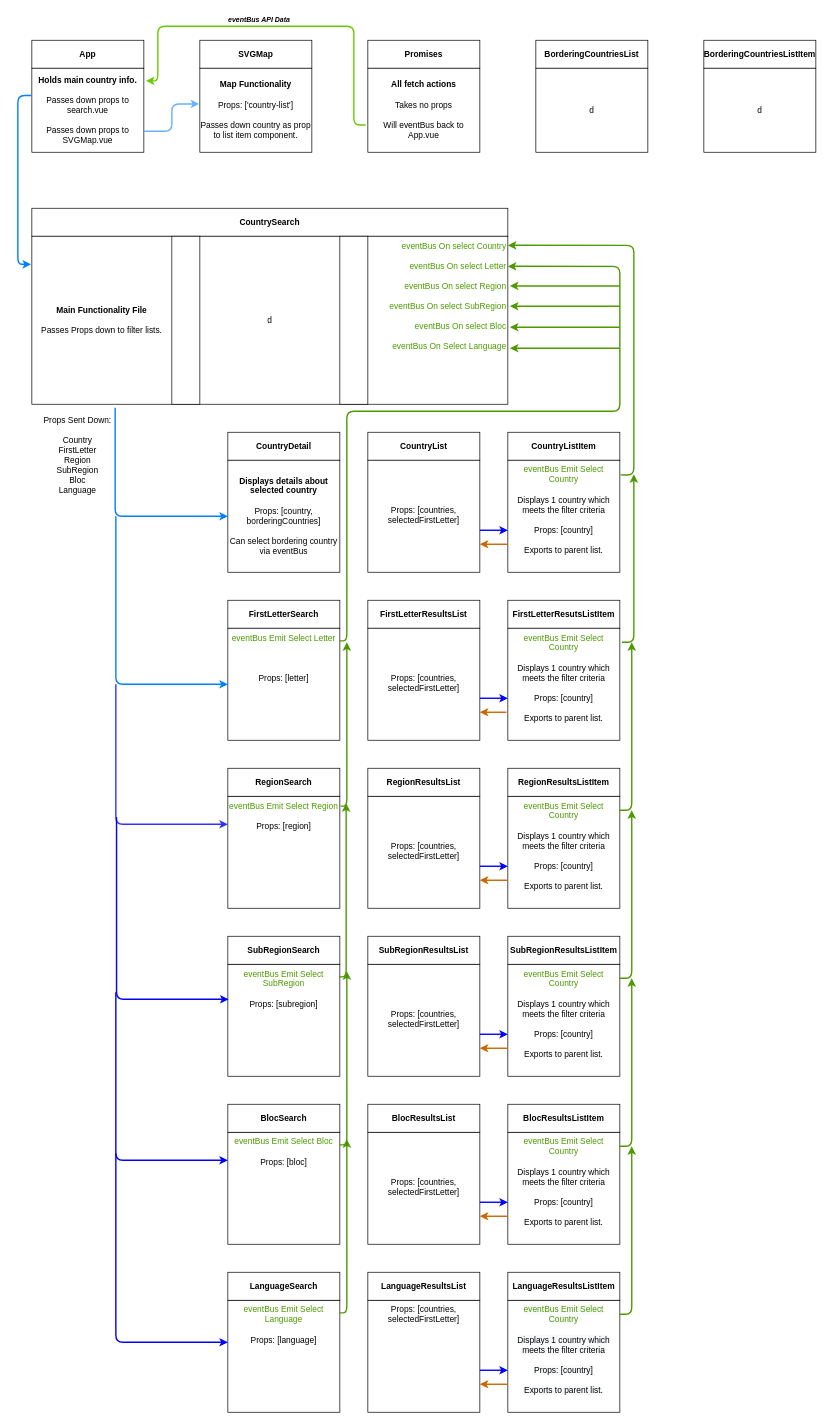
mjmccoach/geoexplorers keeps this draw.io diagram as Untitled Diagram.drawio. Above is the earlier version. Source tidied: cells renumbered, new cells numbered last; positions are measured from the earlier drawing's top-left corner, leaving out a move shared by most shapes. Both pictures are drawn from the tidied source at 70%, with x=0, y=0 at pixel (18, 12).
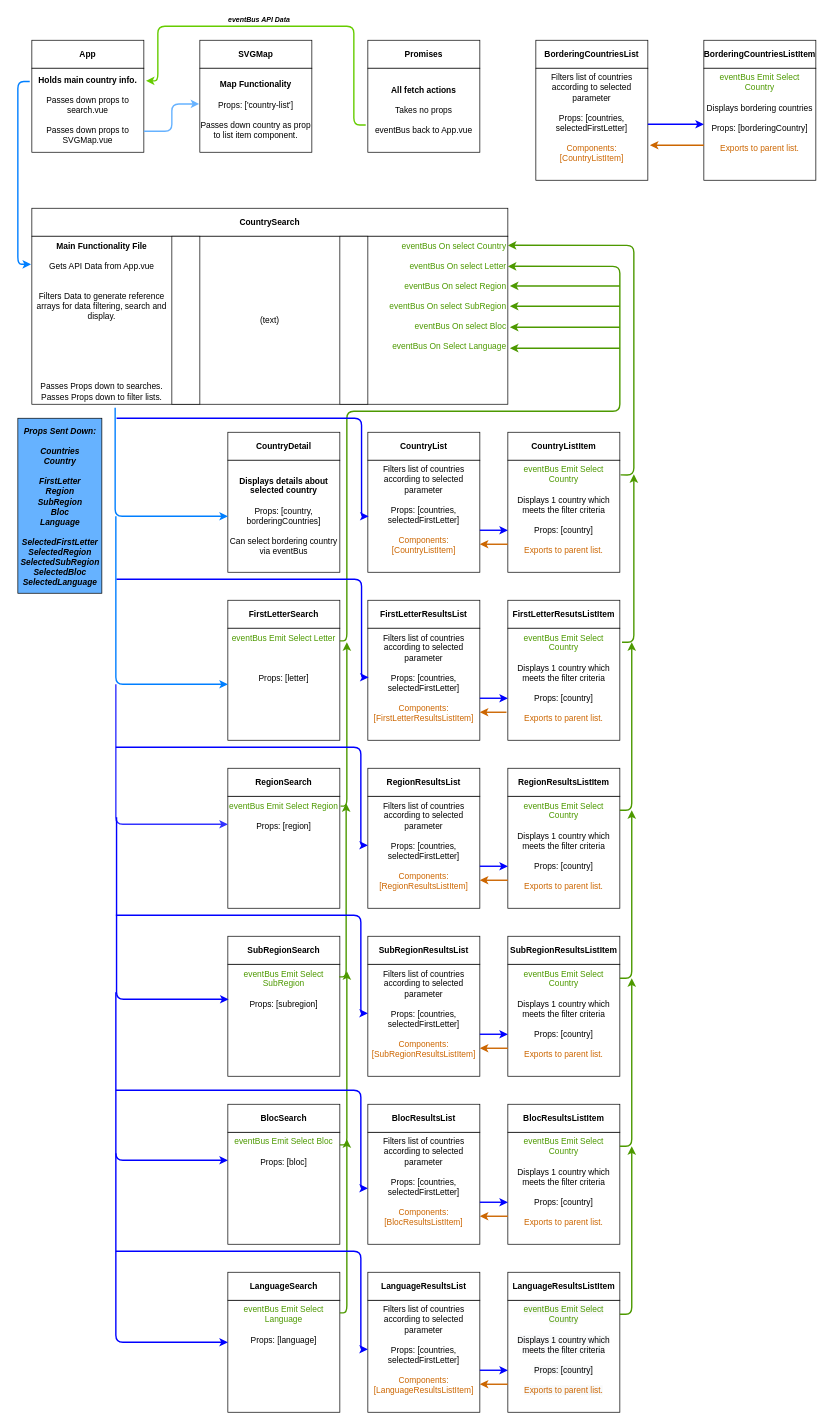
The same diagram, later.

Unchanged cells that the change refers to:
```xml
<mxCell id="15" value="&lt;b&gt;Holds main country info.&lt;br&gt;&lt;/b&gt;&lt;br&gt;Passes down props to search.vue&lt;br&gt;&lt;br&gt;Passes down props to SVGMap.vue" style="text;html=1;strokeColor=none;fillColor=none;align=center;verticalAlign=middle;whiteSpace=wrap;rounded=0;" parent="1" vertex="1">
  <mxGeometry x="20" y="80" width="160" height="120" as="geometry" />
</mxCell>
```

Diff of the diagram source:
```diff
@@
-    <mxCell id="5" value="d" style="rounded=0;whiteSpace=wrap;html=1;" parent="1" vertex="1">
+    <mxCell id="5" value="(text)" style="rounded=0;whiteSpace=wrap;html=1;" parent="1" vertex="1">
       <mxGeometry x="20" y="320" width="680" height="240" as="geometry" />
     </mxCell>
@@
-    <mxCell id="11" value="&lt;b&gt;All fetch actions&lt;br&gt;&lt;/b&gt;&lt;br&gt;Takes no props&lt;br&gt;&lt;br&gt;Will eventBus back to App.vue" style="text;html=1;strokeColor=none;fillColor=none;align=center;verticalAlign=middle;whiteSpace=wrap;rounded=0;" parent="1" vertex="1">
+    <mxCell id="11" value="&lt;b&gt;All fetch actions&lt;br&gt;&lt;/b&gt;&lt;br&gt;Takes no props&lt;br&gt;&lt;br&gt;eventBus back to App.vue" style="text;html=1;strokeColor=none;fillColor=none;align=center;verticalAlign=middle;whiteSpace=wrap;rounded=0;" parent="1" vertex="1">
       <mxGeometry x="500" y="80" width="160" height="120" as="geometry" />
     </mxCell>
@@
-    <mxCell id="20" value="&lt;b&gt;Main Functionality File&lt;/b&gt;&lt;br&gt;&lt;br&gt;Passes Props down to filter lists." style="text;html=1;strokeColor=none;fillColor=none;align=center;verticalAlign=middle;whiteSpace=wrap;rounded=0;" parent="1" vertex="1">
+    <mxCell id="20" value="&lt;b&gt;Main Functionality File&lt;/b&gt;&lt;br&gt;&lt;br&gt;Gets API Data from App.vue&lt;br&gt;&lt;br&gt;&lt;br&gt;Filters Data to generate reference arrays for data filtering, search and display.&lt;br&gt;&lt;br&gt;&lt;br&gt;&lt;br&gt;&lt;br&gt;&lt;br&gt;&lt;br&gt;Passes Props down to searches.&lt;br&gt;Passes Props down to filter lists." style="text;html=1;strokeColor=none;fillColor=none;align=center;verticalAlign=top;whiteSpace=wrap;rounded=0;" parent="1" vertex="1">
       <mxGeometry x="20" y="320" width="200" height="240" as="geometry" />
     </mxCell>
@@
-    <mxCell id="22" style="endArrow=none;html=1;entryX=-0.006;entryY=0.325;entryDx=0;entryDy=0;entryPerimeter=0;exitX=-0.006;exitY=0.167;exitDx=0;exitDy=0;exitPerimeter=0;endFill=0;startArrow=classic;startFill=1;strokeWidth=2;strokeColor=#007FFF;" parent="1" edge="1" source="20" target="15">
+    <mxCell id="22" style="endArrow=none;html=1;entryX=-0.019;entryY=0.158;entryDx=0;entryDy=0;entryPerimeter=0;exitX=-0.006;exitY=0.167;exitDx=0;exitDy=0;exitPerimeter=0;endFill=0;startArrow=classic;startFill=1;strokeWidth=2;strokeColor=#007FFF;" parent="1" edge="1" source="20" target="15">
       <mxGeometry relative="1" as="geometry">
         <Array as="points">
           <mxPoint y="360" />
-          <mxPoint y="119" />
+          <mxPoint y="99" />
         </Array>
       </mxGeometry>
     </mxCell>
@@
-    <mxCell id="27" value="&lt;br&gt;&lt;br&gt;&lt;br&gt;&lt;br&gt;&lt;span&gt;Props: [countries, selectedFirstLetter]&lt;/span&gt;" style="rounded=0;whiteSpace=wrap;html=1;verticalAlign=top;" parent="1" vertex="1">
+    <mxCell id="27" value="Filters list of countries according to selected parameter&lt;br&gt;&lt;br&gt;Props: [countries, selectedFirstLetter]&lt;br&gt;&lt;br&gt;&lt;font color=&quot;#cc6600&quot;&gt;Components: [FirstLetterResultsListItem]&lt;/font&gt;" style="rounded=0;whiteSpace=wrap;html=1;verticalAlign=top;" parent="1" vertex="1">
       <mxGeometry x="500" y="880" width="160" height="160" as="geometry" />
     </mxCell>
-    <mxCell id="28" value="&lt;span style=&quot;font-family: &amp;#34;helvetica&amp;#34; ; color: rgb(77 , 153 , 0)&quot;&gt;eventBus Emit Select Country&lt;br&gt;&lt;/span&gt;&lt;span style=&quot;font-family: &amp;#34;helvetica&amp;#34;&quot;&gt;&lt;br&gt;Displays 1 country which meets the filter criteria&lt;br&gt;&lt;br&gt;Props: [country]&lt;br&gt;&lt;br&gt;Exports to parent list.&lt;/span&gt;" style="rounded=0;whiteSpace=wrap;html=1;verticalAlign=top;align=center;" parent="1" vertex="1">
+    <mxCell id="28" value="&lt;span style=&quot;font-family: &amp;#34;helvetica&amp;#34; ; color: rgb(77 , 153 , 0)&quot;&gt;eventBus Emit Select Country&lt;br&gt;&lt;/span&gt;&lt;span style=&quot;font-family: &amp;#34;helvetica&amp;#34;&quot;&gt;&lt;br&gt;Displays 1 country which meets the filter criteria&lt;br&gt;&lt;br&gt;Props: [country]&lt;br&gt;&lt;br&gt;&lt;font color=&quot;#cc6600&quot;&gt;Exports to parent list.&lt;/font&gt;&lt;/span&gt;" style="rounded=0;whiteSpace=wrap;html=1;verticalAlign=top;align=center;" parent="1" vertex="1">
       <mxGeometry x="700" y="880" width="160" height="160" as="geometry" />
     </mxCell>
@@
-    <mxCell id="33" value="&lt;br&gt;&lt;br&gt;&lt;br&gt;&lt;br&gt;&lt;span&gt;Props: [countries, selectedFirstLetter]&lt;/span&gt;" style="rounded=0;whiteSpace=wrap;html=1;verticalAlign=top;" parent="1" vertex="1">
+    <mxCell id="33" value="Filters list of countries according to selected parameter&lt;br&gt;&lt;br&gt;&lt;span&gt;Props: [countries, selectedFirstLetter]&lt;br&gt;&lt;br&gt;&lt;/span&gt;&lt;font color=&quot;#cc6600&quot;&gt;Components: [RegionResultsListItem]&lt;/font&gt;&lt;span&gt;&lt;br&gt;&lt;/span&gt;" style="rounded=0;whiteSpace=wrap;html=1;verticalAlign=top;" parent="1" vertex="1">
       <mxGeometry x="500" y="1120" width="160" height="160" as="geometry" />
     </mxCell>
-    <mxCell id="34" value="&lt;span style=&quot;font-family: &amp;#34;helvetica&amp;#34; ; color: rgb(77 , 153 , 0)&quot;&gt;eventBus Emit Select Country&lt;br&gt;&lt;/span&gt;&lt;span style=&quot;font-family: &amp;#34;helvetica&amp;#34;&quot;&gt;&lt;br&gt;Displays 1 country which meets the filter criteria&lt;br&gt;&lt;br&gt;Props: [country]&lt;br&gt;&lt;br&gt;Exports to parent list.&lt;/span&gt;" style="rounded=0;whiteSpace=wrap;html=1;verticalAlign=top;align=center;" parent="1" vertex="1">
+    <mxCell id="34" value="&lt;span style=&quot;font-family: &amp;#34;helvetica&amp;#34; ; color: rgb(77 , 153 , 0)&quot;&gt;eventBus Emit Select Country&lt;br&gt;&lt;/span&gt;&lt;span style=&quot;font-family: &amp;#34;helvetica&amp;#34;&quot;&gt;&lt;br&gt;Displays 1 country which meets the filter criteria&lt;br&gt;&lt;br&gt;Props: [country]&lt;br&gt;&lt;br&gt;&lt;font color=&quot;#cc6600&quot;&gt;Exports to parent list.&lt;/font&gt;&lt;/span&gt;" style="rounded=0;whiteSpace=wrap;html=1;verticalAlign=top;align=center;" parent="1" vertex="1">
       <mxGeometry x="700" y="1120" width="160" height="160" as="geometry" />
     </mxCell>
@@
-    <mxCell id="42" value="&lt;br&gt;&lt;br&gt;&lt;br&gt;&lt;br&gt;&lt;span&gt;Props: [countries, selectedFirstLetter]&lt;/span&gt;" style="rounded=0;whiteSpace=wrap;html=1;verticalAlign=top;" parent="1" vertex="1">
+    <mxCell id="42" value="Filters list of countries according to selected parameter&lt;br&gt;&lt;br&gt;&lt;span&gt;Props: [countries, selectedFirstLetter]&lt;br&gt;&lt;br&gt;&lt;/span&gt;&lt;font color=&quot;#cc6600&quot;&gt;Components: [SubRegionResultsListItem]&lt;/font&gt;&lt;span&gt;&lt;br&gt;&lt;/span&gt;" style="rounded=0;whiteSpace=wrap;html=1;verticalAlign=top;" parent="1" vertex="1">
       <mxGeometry x="500" y="1360" width="160" height="160" as="geometry" />
     </mxCell>
@@
-    <mxCell id="44" value="&lt;span style=&quot;font-family: &amp;#34;helvetica&amp;#34; ; color: rgb(77 , 153 , 0)&quot;&gt;eventBus Emit Select Country&lt;br&gt;&lt;/span&gt;&lt;span style=&quot;font-family: &amp;#34;helvetica&amp;#34;&quot;&gt;&lt;br&gt;Displays 1 country which meets the filter criteria&lt;br&gt;&lt;br&gt;Props: [country]&lt;br&gt;&lt;br&gt;Exports to parent list.&lt;/span&gt;" style="rounded=0;whiteSpace=wrap;html=1;verticalAlign=top;align=center;" parent="1" vertex="1">
+    <mxCell id="44" value="&lt;span style=&quot;font-family: &amp;#34;helvetica&amp;#34; ; color: rgb(77 , 153 , 0)&quot;&gt;eventBus Emit Select Country&lt;br&gt;&lt;/span&gt;&lt;span style=&quot;font-family: &amp;#34;helvetica&amp;#34;&quot;&gt;&lt;br&gt;Displays 1 country which meets the filter criteria&lt;br&gt;&lt;br&gt;Props: [country]&lt;br&gt;&lt;br&gt;&lt;font color=&quot;#cc6600&quot;&gt;Exports to parent list.&lt;/font&gt;&lt;/span&gt;" style="rounded=0;whiteSpace=wrap;html=1;verticalAlign=top;align=center;" parent="1" vertex="1">
       <mxGeometry x="700" y="1360" width="160" height="160" as="geometry" />
     </mxCell>
@@
-    <mxCell id="46" value="&lt;br&gt;&lt;br&gt;&lt;br&gt;&lt;br&gt;&lt;span&gt;Props: [countries, selectedFirstLetter]&lt;/span&gt;" style="rounded=0;whiteSpace=wrap;html=1;verticalAlign=top;" parent="1" vertex="1">
+    <mxCell id="46" value="Filters list of countries according to selected parameter&lt;br&gt;&lt;br&gt;&lt;span&gt;Props: [countries, selectedFirstLetter]&lt;br&gt;&lt;br&gt;&lt;/span&gt;&lt;font color=&quot;#cc6600&quot;&gt;Components: [BlocResultsListItem]&lt;/font&gt;&lt;span&gt;&lt;br&gt;&lt;/span&gt;" style="rounded=0;whiteSpace=wrap;html=1;verticalAlign=top;" parent="1" vertex="1">
       <mxGeometry x="500" y="1600" width="160" height="160" as="geometry" />
     </mxCell>
@@
-    <mxCell id="48" value="&lt;span style=&quot;font-family: &amp;#34;helvetica&amp;#34; ; color: rgb(77 , 153 , 0)&quot;&gt;eventBus Emit Select Country&lt;br&gt;&lt;/span&gt;&lt;span style=&quot;font-family: &amp;#34;helvetica&amp;#34;&quot;&gt;&lt;br&gt;Displays 1 country which meets the filter criteria&lt;br&gt;&lt;br&gt;Props: [country]&lt;br&gt;&lt;br&gt;Exports to parent list.&lt;/span&gt;" style="rounded=0;whiteSpace=wrap;html=1;verticalAlign=top;align=center;" parent="1" vertex="1">
+    <mxCell id="48" value="&lt;span style=&quot;font-family: &amp;#34;helvetica&amp;#34; ; color: rgb(77 , 153 , 0)&quot;&gt;eventBus Emit Select Country&lt;br&gt;&lt;/span&gt;&lt;span style=&quot;font-family: &amp;#34;helvetica&amp;#34;&quot;&gt;&lt;br&gt;Displays 1 country which meets the filter criteria&lt;br&gt;&lt;br&gt;Props: [country]&lt;br&gt;&lt;br&gt;&lt;font color=&quot;#cc6600&quot;&gt;Exports to parent list.&lt;/font&gt;&lt;/span&gt;" style="rounded=0;whiteSpace=wrap;html=1;verticalAlign=top;align=center;" parent="1" vertex="1">
       <mxGeometry x="700" y="1600" width="160" height="160" as="geometry" />
     </mxCell>
@@
-    <mxCell id="60" value="&lt;span&gt;Props: [countries, selectedFirstLetter]&lt;/span&gt;" style="rounded=0;whiteSpace=wrap;html=1;verticalAlign=top;" parent="1" vertex="1">
+    <mxCell id="60" value="Filters list of countries according to selected parameter&lt;span&gt;&lt;br&gt;&lt;br&gt;Props: [countries, selectedFirstLetter]&lt;br&gt;&lt;br&gt;&lt;/span&gt;&lt;font color=&quot;#cc6600&quot;&gt;Components: [LanguageResultsListItem]&lt;/font&gt;&lt;span&gt;&lt;br&gt;&lt;/span&gt;" style="rounded=0;whiteSpace=wrap;html=1;verticalAlign=top;" parent="1" vertex="1">
       <mxGeometry x="500" y="1840" width="160" height="160" as="geometry" />
     </mxCell>
-    <mxCell id="61" value="&lt;span style=&quot;font-family: &amp;#34;helvetica&amp;#34; ; font-size: 12px ; font-style: normal ; letter-spacing: normal ; text-indent: 0px ; text-transform: none ; word-spacing: 0px ; background-color: rgb(248 , 249 , 250) ; color: rgb(77 , 153 , 0)&quot;&gt;eventBus Emit Select Country&lt;br&gt;&lt;/span&gt;&lt;span style=&quot;font-family: &amp;#34;helvetica&amp;#34; ; font-size: 12px ; font-style: normal ; letter-spacing: normal ; text-indent: 0px ; text-transform: none ; word-spacing: 0px ; background-color: rgb(248 , 249 , 250)&quot;&gt;&lt;br&gt;Displays 1 country which meets the filter criteria&lt;br&gt;&lt;br&gt;Props: [country]&lt;br&gt;&lt;br&gt;Exports to parent list.&lt;br&gt;&lt;/span&gt;" style="rounded=0;whiteSpace=wrap;html=1;verticalAlign=top;align=center;" parent="1" vertex="1">
+    <mxCell id="61" value="&lt;span style=&quot;font-family: &amp;#34;helvetica&amp;#34; ; font-size: 12px ; font-style: normal ; letter-spacing: normal ; text-indent: 0px ; text-transform: none ; word-spacing: 0px ; background-color: rgb(248 , 249 , 250) ; color: rgb(77 , 153 , 0)&quot;&gt;eventBus Emit Select Country&lt;br&gt;&lt;/span&gt;&lt;span style=&quot;font-family: &amp;#34;helvetica&amp;#34; ; font-size: 12px ; font-style: normal ; letter-spacing: normal ; text-indent: 0px ; text-transform: none ; word-spacing: 0px ; background-color: rgb(248 , 249 , 250)&quot;&gt;&lt;br&gt;Displays 1 country which meets the filter criteria&lt;br&gt;&lt;br&gt;Props: [country]&lt;br&gt;&lt;br&gt;&lt;font color=&quot;#cc6600&quot;&gt;Exports to parent list.&lt;/font&gt;&lt;br&gt;&lt;/span&gt;" style="rounded=0;whiteSpace=wrap;html=1;verticalAlign=top;align=center;" parent="1" vertex="1">
       <mxGeometry x="700" y="1840" width="160" height="160" as="geometry" />
     </mxCell>
@@
-    <mxCell id="69" value="d" style="rounded=0;whiteSpace=wrap;html=1;" parent="1" vertex="1">
-      <mxGeometry x="740" y="80" width="160" height="120" as="geometry" />
+    <mxCell id="69" value="Filters list of countries according to selected parameter&lt;br&gt;&lt;br&gt;Props: [countries, selectedFirstLetter]&lt;br&gt;&lt;br&gt;&lt;font color=&quot;#cc6600&quot;&gt;Components: [CountryListItem]&lt;/font&gt;" style="rounded=0;whiteSpace=wrap;html=1;verticalAlign=top;" parent="1" vertex="1">
+      <mxGeometry x="740" y="80" width="160" height="160" as="geometry" />
     </mxCell>
@@
-    <mxCell id="72" value="d" style="rounded=0;whiteSpace=wrap;html=1;" parent="1" vertex="1">
-      <mxGeometry x="980" y="80" width="160" height="120" as="geometry" />
+    <mxCell id="72" value="&lt;span style=&quot;font-family: &amp;#34;helvetica&amp;#34; ; color: rgb(77 , 153 , 0)&quot;&gt;eventBus Emit Select Country&lt;br&gt;&lt;/span&gt;&lt;span style=&quot;font-family: &amp;#34;helvetica&amp;#34;&quot;&gt;&lt;br&gt;Displays bordering countries&lt;br&gt;&lt;br&gt;Props: [borderingCountry]&lt;br&gt;&lt;br&gt;&lt;font color=&quot;#cc6600&quot;&gt;Exports to parent list.&lt;/font&gt;&lt;/span&gt;" style="rounded=0;whiteSpace=wrap;html=1;verticalAlign=top;" parent="1" vertex="1">
+      <mxGeometry x="980" y="80" width="160" height="160" as="geometry" />
     </mxCell>
@@
-    <mxCell id="78" value="&lt;br&gt;&lt;br&gt;&lt;br&gt;&lt;br&gt;&lt;span&gt;Props: [countries, selectedFirstLetter]&lt;/span&gt;" style="rounded=0;whiteSpace=wrap;html=1;verticalAlign=top;" parent="1" vertex="1">
+    <mxCell id="78" value="Filters list of countries according to selected parameter&lt;br&gt;&lt;br&gt;&lt;span&gt;Props: [countries, selectedFirstLetter]&lt;br&gt;&lt;br&gt;&lt;font color=&quot;#cc6600&quot;&gt;Components: [CountryListItem]&lt;/font&gt;&lt;br&gt;&lt;/span&gt;" style="rounded=0;whiteSpace=wrap;html=1;verticalAlign=top;" parent="1" vertex="1">
       <mxGeometry x="500" y="640" width="160" height="160" as="geometry" />
     </mxCell>
-    <mxCell id="79" value="&lt;span style=&quot;font-family: &amp;#34;helvetica&amp;#34; ; color: rgb(77 , 153 , 0)&quot;&gt;eventBus Emit Select Country&lt;br&gt;&lt;/span&gt;&lt;span style=&quot;font-family: &amp;#34;helvetica&amp;#34;&quot;&gt;&lt;br&gt;Displays 1 country which meets the filter criteria&lt;br&gt;&lt;br&gt;Props: [country]&lt;br&gt;&lt;br&gt;Exports to parent list.&lt;/span&gt;" style="rounded=0;whiteSpace=wrap;html=1;verticalAlign=top;align=center;" parent="1" vertex="1">
+    <mxCell id="79" value="&lt;span style=&quot;font-family: &amp;#34;helvetica&amp;#34; ; color: rgb(77 , 153 , 0)&quot;&gt;eventBus Emit Select Country&lt;br&gt;&lt;/span&gt;&lt;span style=&quot;font-family: &amp;#34;helvetica&amp;#34;&quot;&gt;&lt;br&gt;Displays 1 country which meets the filter criteria&lt;br&gt;&lt;br&gt;Props: [country]&lt;br&gt;&lt;br&gt;&lt;font color=&quot;#cc6600&quot;&gt;Exports to parent list.&lt;/font&gt;&lt;/span&gt;" style="rounded=0;whiteSpace=wrap;html=1;verticalAlign=top;align=center;" parent="1" vertex="1">
       <mxGeometry x="700" y="640" width="160" height="160" as="geometry" />
     </mxCell>
@@
-    <mxCell id="99" value="Props Sent Down:&lt;br&gt;&lt;br&gt;Country&lt;br&gt;FirstLetter&lt;br&gt;Region&lt;br&gt;SubRegion&lt;br&gt;Bloc&lt;br&gt;Language&lt;br&gt;&lt;br&gt;" style="text;html=1;strokeColor=none;fillColor=none;align=center;verticalAlign=middle;whiteSpace=wrap;rounded=0;" parent="1" vertex="1">
-      <mxGeometry x="30" y="570" width="111" height="140" as="geometry" />
-    </mxCell>
@@
+    <mxCell id="120" style="endArrow=classic;html=1;strokeWidth=2;entryX=0;entryY=0.5;entryDx=0;entryDy=0;strokeColor=#0000FF;" parent="1" edge="1" target="46">
+      <mxGeometry relative="1" as="geometry">
+        <mxPoint x="140" y="1540" as="sourcePoint" />
+        <Array as="points">
+          <mxPoint x="490" y="1540" />
+          <mxPoint x="490" y="1680" />
+        </Array>
+      </mxGeometry>
+    </mxCell>
+    <mxCell id="121" style="endArrow=classic;html=1;strokeWidth=2;entryX=0;entryY=0.5;entryDx=0;entryDy=0;strokeColor=#0000FF;" parent="1" edge="1">
+      <mxGeometry relative="1" as="geometry">
+        <mxPoint x="140" y="1290" as="sourcePoint" />
+        <mxPoint x="500" y="1430" as="targetPoint" />
+        <Array as="points">
+          <mxPoint x="490" y="1290" />
+          <mxPoint x="490" y="1430" />
+        </Array>
+      </mxGeometry>
+    </mxCell>
+    <mxCell id="122" style="endArrow=classic;html=1;strokeWidth=2;entryX=0;entryY=0.5;entryDx=0;entryDy=0;strokeColor=#0000FF;" parent="1" edge="1">
+      <mxGeometry relative="1" as="geometry">
+        <mxPoint x="140" y="1050" as="sourcePoint" />
+        <mxPoint x="500" y="1190" as="targetPoint" />
+        <Array as="points">
+          <mxPoint x="490" y="1050" />
+          <mxPoint x="490" y="1190" />
+        </Array>
+      </mxGeometry>
+    </mxCell>
+    <mxCell id="123" style="endArrow=classic;html=1;strokeWidth=2;entryX=0;entryY=0.5;entryDx=0;entryDy=0;strokeColor=#0000FF;" parent="1" edge="1">
+      <mxGeometry relative="1" as="geometry">
+        <mxPoint x="141" y="810" as="sourcePoint" />
+        <mxPoint x="501" y="950" as="targetPoint" />
+        <Array as="points">
+          <mxPoint x="491" y="810" />
+          <mxPoint x="491" y="950" />
+        </Array>
+      </mxGeometry>
+    </mxCell>
+    <mxCell id="124" style="endArrow=classic;html=1;strokeWidth=2;entryX=0;entryY=0.5;entryDx=0;entryDy=0;strokeColor=#0000FF;" parent="1" edge="1">
+      <mxGeometry relative="1" as="geometry">
+        <mxPoint x="141" y="580" as="sourcePoint" />
+        <mxPoint x="501" y="720" as="targetPoint" />
+        <Array as="points">
+          <mxPoint x="491" y="580" />
+          <mxPoint x="491" y="720" />
+        </Array>
+      </mxGeometry>
+    </mxCell>
+    <mxCell id="125" style="endArrow=classic;html=1;strokeWidth=2;entryX=0;entryY=0.5;entryDx=0;entryDy=0;strokeColor=#0000FF;" parent="1" edge="1">
+      <mxGeometry relative="1" as="geometry">
+        <mxPoint x="140" y="1770" as="sourcePoint" />
+        <mxPoint x="500" y="1910" as="targetPoint" />
+        <Array as="points">
+          <mxPoint x="490" y="1770" />
+          <mxPoint x="490" y="1910" />
+        </Array>
+      </mxGeometry>
+    </mxCell>
+    <mxCell id="126" style="rounded=0;whiteSpace=wrap;html=1;align=center;fillColor=#66B2FF;" parent="1" vertex="1">
+      <mxGeometry y="580" width="120" height="250" as="geometry" />
+    </mxCell>
+    <mxCell id="127" value="&lt;i&gt;&lt;b&gt;Props Sent Down:&lt;br&gt;&lt;br&gt;Countries&lt;br&gt;Country&lt;br&gt;&lt;br&gt;FirstLetter&lt;br&gt;Region&lt;br&gt;SubRegion&lt;br&gt;Bloc&lt;br&gt;Language&lt;br&gt;&lt;br&gt;SelectedFirstLetter&lt;br&gt;SelectedRegion&lt;br&gt;SelectedSubRegion&lt;br&gt;SelectedBloc&lt;br&gt;SelectedLanguage&lt;br&gt;&lt;/b&gt;&lt;/i&gt;" style="text;html=1;strokeColor=none;fillColor=none;align=center;verticalAlign=top;whiteSpace=wrap;rounded=0;" parent="1" vertex="1">
+      <mxGeometry x="4.5" y="585" width="111" height="245" as="geometry" />
+    </mxCell>
+    <mxCell id="128" style="endArrow=classic;html=1;strokeWidth=2;strokeColor=#CC6600;exitX=0;exitY=0.75;exitDx=0;exitDy=0;" parent="1" edge="1">
+      <mxGeometry relative="1" as="geometry">
+        <mxPoint x="980" y="190" as="sourcePoint" />
+        <mxPoint x="903" y="190" as="targetPoint" />
+      </mxGeometry>
+    </mxCell>
+    <mxCell id="129" style="endArrow=none;html=1;strokeWidth=2;entryX=1;entryY=0.75;entryDx=0;entryDy=0;endFill=0;startArrow=classic;startFill=1;strokeColor=#0000FF;exitX=0;exitY=0.5;exitDx=0;exitDy=0;" parent="1" edge="1" source="72">
+      <mxGeometry relative="1" as="geometry">
+        <mxPoint x="900" y="160" as="targetPoint" />
+      </mxGeometry>
+    </mxCell>
```
